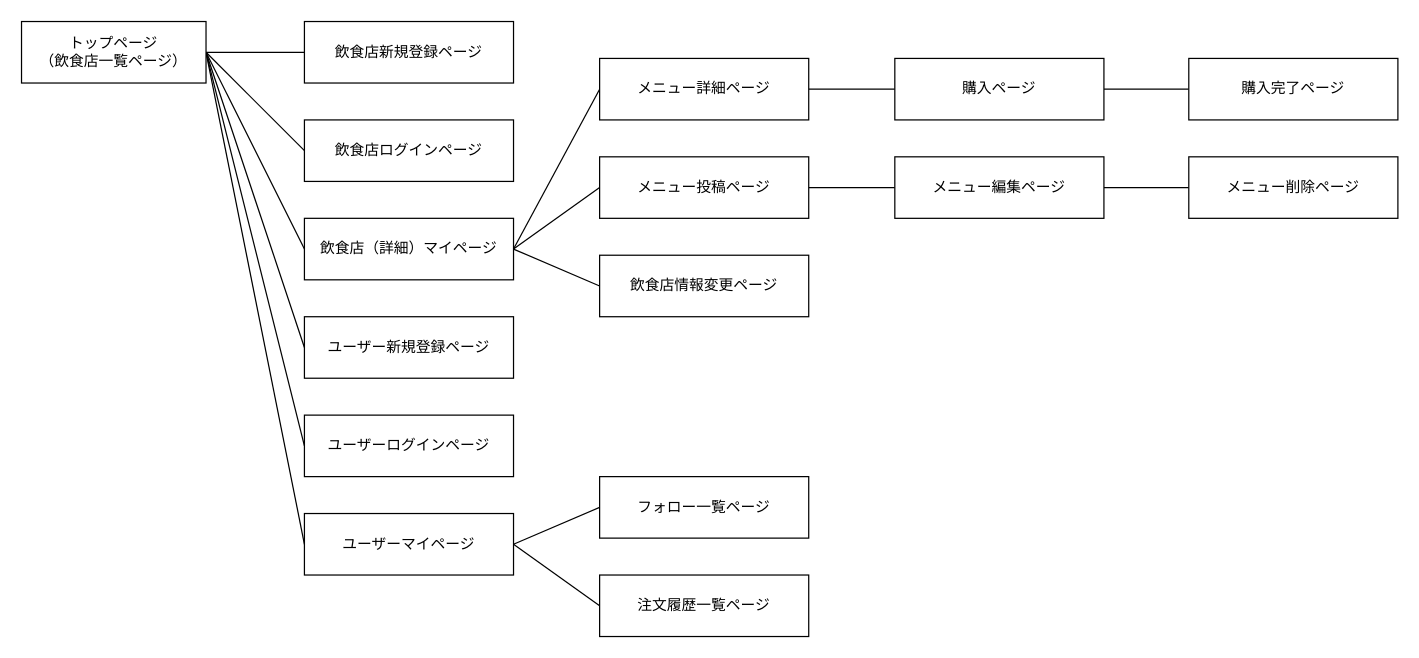
Before: page.dio in maaaaqqqq/takeoutapp, a draw.io diagram. Source tidied: cells renumbered, new cells numbered last; positions are measured from the earlier drawing's top-left corner, leaving out a move shared by most shapes. Both pictures are drawn from the tidied source at 123%, with x=0, y=0 at pixel (21, 21).
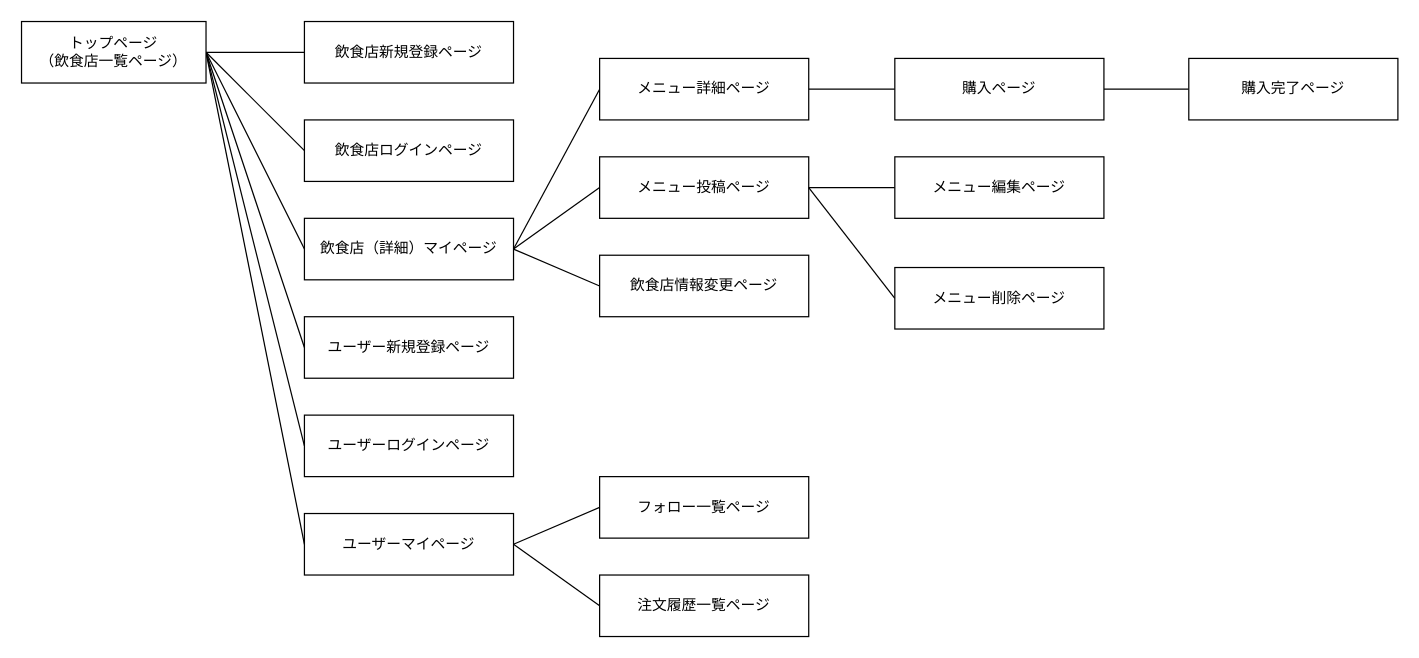
The same page after the edit.

Commit message (it also covers changes not shown here):
README,画面遷移図,DB設計図変更

The change refers to these unchanged cells:
```xml
<mxCell id="21" value="メニュー投稿ページ" style="rounded=0;whiteSpace=wrap;html=1;direction=west;" parent="1" vertex="1">
  <mxGeometry x="470" y="110" width="170" height="50" as="geometry" />
</mxCell>
<mxCell id="28" value="メニュー編集ページ" style="rounded=0;whiteSpace=wrap;html=1;direction=west;" parent="1" vertex="1">
  <mxGeometry x="710" y="110" width="170" height="50" as="geometry" />
</mxCell>
```

Change to the diagram source:
```diff
@@
-    <mxCell id="20" style="edgeStyle=none;html=1;exitX=0;exitY=0.5;exitDx=0;exitDy=0;entryX=1;entryY=0.5;entryDx=0;entryDy=0;startArrow=none;startFill=0;endArrow=none;endFill=0;" parent="1" edge="1" source="21" target="28">
-      <mxGeometry relative="1" as="geometry" />
+    <mxCell id="20" style="edgeStyle=none;html=1;exitX=1;exitY=0.5;exitDx=0;exitDy=0;entryX=1;entryY=0.5;entryDx=0;entryDy=0;startArrow=none;startFill=0;endArrow=none;endFill=0;" parent="1" edge="1" source="28" target="28">
+      <mxGeometry relative="1" as="geometry">
+        <Array as="points">
+          <mxPoint x="630" y="135" />
+        </Array>
+      </mxGeometry>
     </mxCell>
@@
-    <mxCell id="27" style="edgeStyle=none;html=1;exitX=0;exitY=0.5;exitDx=0;exitDy=0;entryX=1;entryY=0.5;entryDx=0;entryDy=0;startArrow=none;startFill=0;endArrow=none;endFill=0;" parent="1" edge="1" source="28" target="29">
-      <mxGeometry relative="1" as="geometry" />
-    </mxCell>
@@
+    <mxCell id="33" style="edgeStyle=none;html=1;exitX=1;exitY=0.5;exitDx=0;exitDy=0;entryX=0;entryY=0.5;entryDx=0;entryDy=0;endArrow=none;endFill=0;" parent="1" edge="1" source="29" target="21">
+      <mxGeometry relative="1" as="geometry" />
+    </mxCell>
     <mxCell id="29" value="メニュー削除ページ" style="rounded=0;whiteSpace=wrap;html=1;direction=west;" parent="1" vertex="1">
-      <mxGeometry x="949" y="110" width="170" height="50" as="geometry" />
+      <mxGeometry x="710" y="200" width="170" height="50" as="geometry" />
     </mxCell>
```
